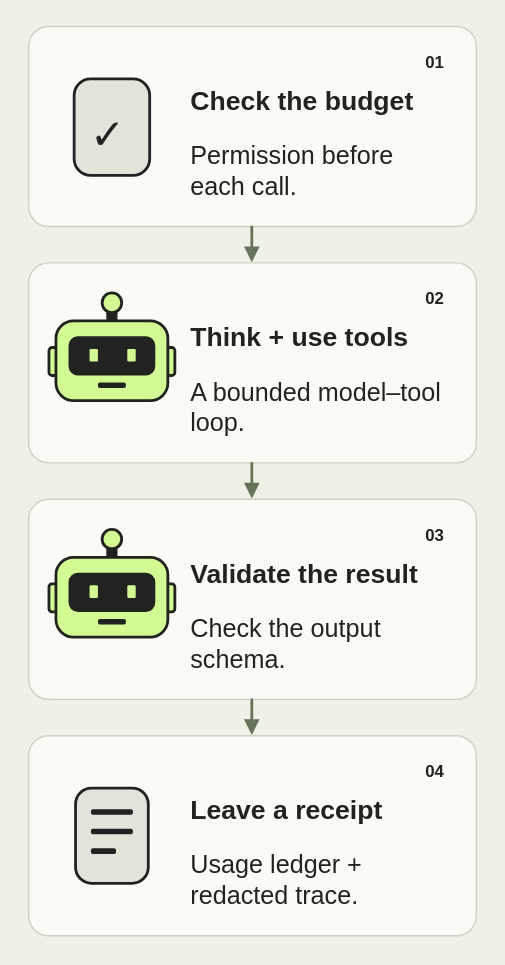
This is images/agents/runtime-mobile.svg from youngfreezy/youngfreezy.github.io, a draw.io export, as it was before one commit. Source tidied: cells renumbered, new cells last; positions are measured from the earlier drawing's top-left corner, leaving out a move shared by most shapes.
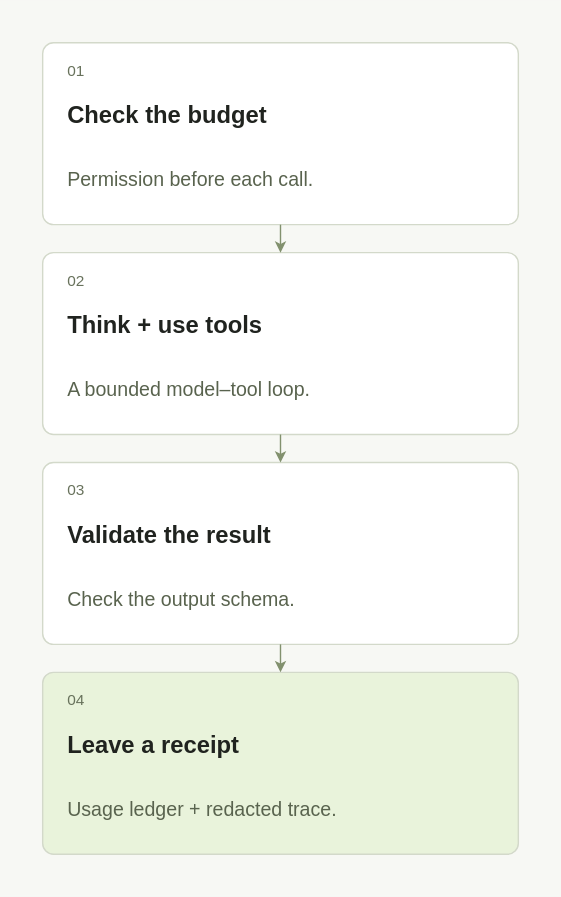
After the commit.

Diff of the diagram source:
```diff
@@ -1,138 +1,66 @@
-<mxGraphModel background="#eef1e6">
+<mxGraphModel background="#f7f8f4">
   <root>
     <mxCell id="0" />
     <mxCell id="1" parent="0" />
-    <mxCell id="2" style="fillColor=#eef1e6;strokeColor=none;html=1;fontFamily=Helvetica;fontColor=#20231f;" parent="1" vertex="1">
-      <mxGeometry width="360" height="688" as="geometry" />
-    </mxCell>
-    <mxCell id="3" style="rounded=1;arcSize=10;fillColor=#fafbf5;strokeColor=#cdd3c3;strokeWidth=1;html=1;fontFamily=Helvetica;fontColor=#20231f;" parent="1" vertex="1">
-      <mxGeometry x="20" y="18" width="320" height="143" as="geometry" />
-    </mxCell>
-    <mxCell id="4" style="rounded=1;arcSize=22;strokeWidth=2;strokeColor=#20231f;fillColor=#e1e5d9;html=1;fontFamily=Helvetica;fontColor=#20231f;" parent="3" vertex="1">
-      <mxGeometry x="33" y="38" width="54" height="69" as="geometry" />
-    </mxCell>
-    <mxCell id="5" value="✓" style="text;strokeColor=none;fillColor=none;fontSize=30;html=1;fontFamily=Helvetica;fontColor=#20231f;" parent="3" vertex="1">
-      <mxGeometry x="42" y="53" width="36" height="37" as="geometry" />
-    </mxCell>
+    <mxCell id="46" style="html=1;fontFamily=Helvetica;fillColor=#f7f8f4;strokeColor=none;" parent="1" vertex="1">
+      <mxGeometry width="400" height="640" as="geometry" />
+    </mxCell>
+    <mxCell id="47" style="html=1;fontFamily=Helvetica;rounded=1;arcSize=6;fillColor=#ffffff;strokeColor=#d3d9ca;" parent="46" vertex="1">
+      <mxGeometry x="30" y="30" width="340" height="130" as="geometry" />
+    </mxCell>
-    <mxCell id="6" value="01" style="text;strokeColor=none;fillColor=none;fontSize=12;fontStyle=1;html=1;fontFamily=Helvetica;fontColor=#20231f;" parent="3" vertex="1">
-      <mxGeometry x="282" y="12" width="24" height="22" as="geometry" />
+    <mxCell id="6" value="01" style="html=1;fontFamily=Helvetica;text;whiteSpace=wrap;align=left;verticalAlign=middle;fillColor=none;strokeColor=none;fontSize=11;fontColor=#68725c;" parent="47" vertex="1">
+      <mxGeometry x="16" y="12" width="308" height="16" as="geometry" />
     </mxCell>
-    <mxCell id="7" value="Check the budget" style="text;strokeColor=none;fillColor=none;fontSize=19;fontStyle=1;align=left;html=1;fontFamily=Helvetica;fontColor=#20231f;" parent="3" vertex="1">
-      <mxGeometry x="114" y="36" width="190" height="32" as="geometry" />
+    <mxCell id="7" value="Check the budget" style="html=1;fontFamily=Helvetica;text;whiteSpace=wrap;align=left;verticalAlign=middle;fillColor=none;strokeColor=none;fontSize=17;fontColor=#20231f;fontStyle=1;" parent="47" vertex="1">
+      <mxGeometry x="16" y="34" width="308" height="38" as="geometry" />
     </mxCell>
-    <mxCell id="8" value="Permission before each call." style="text;whiteSpace=wrap;strokeColor=none;fillColor=none;fontSize=18;align=left;html=1;fontFamily=Helvetica;fontColor=#20231f;" parent="3" vertex="1">
-      <mxGeometry x="114" y="76" width="184" height="48" as="geometry" />
+    <mxCell id="8" value="Permission before each call." style="html=1;fontFamily=Helvetica;text;whiteSpace=wrap;align=left;verticalAlign=middle;fillColor=none;strokeColor=none;fontSize=14;fontColor=#59634e;" parent="47" vertex="1">
+      <mxGeometry x="16" y="80" width="308" height="36" as="geometry" />
     </mxCell>
-    <mxCell id="9" style="rounded=1;arcSize=10;fillColor=#fafbf5;strokeColor=#cdd3c3;strokeWidth=1;html=1;fontFamily=Helvetica;fontColor=#20231f;" parent="1" vertex="1">
-      <mxGeometry x="20" y="187" width="320" height="143" as="geometry" />
-    </mxCell>
-    <mxCell id="10" style="rounded=1;arcSize=22;strokeWidth=2;strokeColor=#20231f;fillColor=#20231f;html=1;fontFamily=Helvetica;fontColor=#20231f;" parent="9" vertex="1">
-      <mxGeometry x="57" y="29" width="6" height="14" as="geometry" />
-    </mxCell>
-    <mxCell id="11" style="ellipse;fillColor=#d3f993;strokeColor=#20231f;strokeWidth=2;html=1;fontFamily=Helvetica;fontColor=#20231f;" parent="9" vertex="1">
-      <mxGeometry x="53" y="22" width="14" height="14" as="geometry" />
-    </mxCell>
-    <mxCell id="12" style="rounded=1;arcSize=22;strokeWidth=2;strokeColor=#20231f;fillColor=#d3f993;html=1;fontFamily=Helvetica;fontColor=#20231f;" parent="9" vertex="1">
-      <mxGeometry x="15" y="61" width="10" height="20" as="geometry" />
-    </mxCell>
-    <mxCell id="13" style="rounded=1;arcSize=22;strokeWidth=2;strokeColor=#20231f;fillColor=#d3f993;html=1;fontFamily=Helvetica;fontColor=#20231f;" parent="9" vertex="1">
-      <mxGeometry x="95" y="61" width="10" height="20" as="geometry" />
-    </mxCell>
-    <mxCell id="14" style="rounded=1;arcSize=22;strokeWidth=2;strokeColor=#20231f;fillColor=#d3f993;html=1;fontFamily=Helvetica;fontColor=#20231f;" parent="9" vertex="1">
-      <mxGeometry x="20" y="42" width="80" height="57" as="geometry" />
-    </mxCell>
-    <mxCell id="15" style="rounded=1;arcSize=22;strokeWidth=2;strokeColor=#20231f;fillColor=#20231f;html=1;fontFamily=Helvetica;fontColor=#20231f;" parent="9" vertex="1">
-      <mxGeometry x="30" y="54" width="60" height="26" as="geometry" />
-    </mxCell>
-    <mxCell id="16" style="rounded=1;fillColor=#d3f993;strokeColor=none;html=1;fontFamily=Helvetica;fontColor=#20231f;" parent="9" vertex="1">
-      <mxGeometry x="44" y="62" width="6" height="9" as="geometry" />
-    </mxCell>
-    <mxCell id="17" style="rounded=1;fillColor=#d3f993;strokeColor=none;html=1;fontFamily=Helvetica;fontColor=#20231f;" parent="9" vertex="1">
-      <mxGeometry x="71" y="62" width="6" height="9" as="geometry" />
-    </mxCell>
-    <mxCell id="18" style="rounded=1;arcSize=22;strokeWidth=2;strokeColor=#20231f;fillColor=#20231f;html=1;fontFamily=Helvetica;fontColor=#20231f;" parent="9" vertex="1">
-      <mxGeometry x="51" y="87" width="18" height="2" as="geometry" />
-    </mxCell>
+    <mxCell id="48" style="html=1;fontFamily=Helvetica;rounded=1;arcSize=6;fillColor=#ffffff;strokeColor=#d3d9ca;" parent="46" vertex="1">
+      <mxGeometry x="30" y="180" width="340" height="130" as="geometry" />
+    </mxCell>
-    <mxCell id="19" value="02" style="text;strokeColor=none;fillColor=none;fontSize=12;fontStyle=1;html=1;fontFamily=Helvetica;fontColor=#20231f;" parent="9" vertex="1">
-      <mxGeometry x="282" y="12" width="24" height="22" as="geometry" />
+    <mxCell id="19" value="02" style="html=1;fontFamily=Helvetica;text;whiteSpace=wrap;align=left;verticalAlign=middle;fillColor=none;strokeColor=none;fontSize=11;fontColor=#68725c;" parent="48" vertex="1">
+      <mxGeometry x="16" y="12" width="308" height="16" as="geometry" />
     </mxCell>
-    <mxCell id="20" value="Think + use tools" style="text;strokeColor=none;fillColor=none;fontSize=19;fontStyle=1;align=left;html=1;fontFamily=Helvetica;fontColor=#20231f;" parent="9" vertex="1">
-      <mxGeometry x="114" y="36" width="190" height="32" as="geometry" />
+    <mxCell id="20" value="Think + use tools" style="html=1;fontFamily=Helvetica;text;whiteSpace=wrap;align=left;verticalAlign=middle;fillColor=none;strokeColor=none;fontSize=17;fontColor=#20231f;fontStyle=1;" parent="48" vertex="1">
+      <mxGeometry x="16" y="34" width="308" height="38" as="geometry" />
     </mxCell>
-    <mxCell id="21" value="A bounded model–tool loop." style="text;whiteSpace=wrap;strokeColor=none;fillColor=none;fontSize=18;align=left;html=1;fontFamily=Helvetica;fontColor=#20231f;" parent="9" vertex="1">
-      <mxGeometry x="114" y="76" width="184" height="48" as="geometry" />
+    <mxCell id="21" value="A bounded model–tool loop." style="html=1;fontFamily=Helvetica;text;whiteSpace=wrap;align=left;verticalAlign=middle;fillColor=none;strokeColor=none;fontSize=14;fontColor=#59634e;" parent="48" vertex="1">
+      <mxGeometry x="16" y="80" width="308" height="36" as="geometry" />
     </mxCell>
-    <mxCell id="22" style="rounded=1;arcSize=10;fillColor=#fafbf5;strokeColor=#cdd3c3;strokeWidth=1;html=1;fontFamily=Helvetica;fontColor=#20231f;" parent="1" vertex="1">
-      <mxGeometry x="20" y="356" width="320" height="143" as="geometry" />
-    </mxCell>
-    <mxCell id="23" style="rounded=1;arcSize=22;strokeWidth=2;strokeColor=#20231f;fillColor=#20231f;html=1;fontFamily=Helvetica;fontColor=#20231f;" parent="22" vertex="1">
-      <mxGeometry x="57" y="29" width="6" height="14" as="geometry" />
-    </mxCell>
-    <mxCell id="24" style="ellipse;fillColor=#d3f993;strokeColor=#20231f;strokeWidth=2;html=1;fontFamily=Helvetica;fontColor=#20231f;" parent="22" vertex="1">
-      <mxGeometry x="53" y="22" width="14" height="14" as="geometry" />
-    </mxCell>
-    <mxCell id="25" style="rounded=1;arcSize=22;strokeWidth=2;strokeColor=#20231f;fillColor=#d3f993;html=1;fontFamily=Helvetica;fontColor=#20231f;" parent="22" vertex="1">
-      <mxGeometry x="15" y="61" width="10" height="20" as="geometry" />
-    </mxCell>
-    <mxCell id="26" style="rounded=1;arcSize=22;strokeWidth=2;strokeColor=#20231f;fillColor=#d3f993;html=1;fontFamily=Helvetica;fontColor=#20231f;" parent="22" vertex="1">
-      <mxGeometry x="95" y="61" width="10" height="20" as="geometry" />
-    </mxCell>
-    <mxCell id="27" style="rounded=1;arcSize=22;strokeWidth=2;strokeColor=#20231f;fillColor=#d3f993;html=1;fontFamily=Helvetica;fontColor=#20231f;" parent="22" vertex="1">
-      <mxGeometry x="20" y="42" width="80" height="57" as="geometry" />
-    </mxCell>
-    <mxCell id="28" style="rounded=1;arcSize=22;strokeWidth=2;strokeColor=#20231f;fillColor=#20231f;html=1;fontFamily=Helvetica;fontColor=#20231f;" parent="22" vertex="1">
-      <mxGeometry x="30" y="54" width="60" height="26" as="geometry" />
-    </mxCell>
-    <mxCell id="29" style="rounded=1;fillColor=#d3f993;strokeColor=none;html=1;fontFamily=Helvetica;fontColor=#20231f;" parent="22" vertex="1">
-      <mxGeometry x="44" y="62" width="6" height="9" as="geometry" />
-    </mxCell>
-    <mxCell id="30" style="rounded=1;fillColor=#d3f993;strokeColor=none;html=1;fontFamily=Helvetica;fontColor=#20231f;" parent="22" vertex="1">
-      <mxGeometry x="71" y="62" width="6" height="9" as="geometry" />
-    </mxCell>
-    <mxCell id="31" style="rounded=1;arcSize=22;strokeWidth=2;strokeColor=#20231f;fillColor=#20231f;html=1;fontFamily=Helvetica;fontColor=#20231f;" parent="22" vertex="1">
-      <mxGeometry x="51" y="87" width="18" height="2" as="geometry" />
-    </mxCell>
+    <mxCell id="49" style="edgeStyle=orthogonalEdgeStyle;rounded=1;jettySize=auto;strokeColor=#82916e;strokeWidth=1;endArrow=classic;endSize=5;exitX=.5;exitY=1;entryX=.5;entryY=0;" parent="46" edge="1" source="47" target="48">
+      <mxGeometry relative="1" as="geometry" />
+    </mxCell>
+    <mxCell id="50" style="html=1;fontFamily=Helvetica;rounded=1;arcSize=6;fillColor=#ffffff;strokeColor=#d3d9ca;" parent="46" vertex="1">
+      <mxGeometry x="30" y="330" width="340" height="130" as="geometry" />
+    </mxCell>
-    <mxCell id="32" value="03" style="text;strokeColor=none;fillColor=none;fontSize=12;fontStyle=1;html=1;fontFamily=Helvetica;fontColor=#20231f;" parent="22" vertex="1">
-      <mxGeometry x="282" y="12" width="24" height="22" as="geometry" />
+    <mxCell id="32" value="03" style="html=1;fontFamily=Helvetica;text;whiteSpace=wrap;align=left;verticalAlign=middle;fillColor=none;strokeColor=none;fontSize=11;fontColor=#68725c;" parent="50" vertex="1">
+      <mxGeometry x="16" y="12" width="308" height="16" as="geometry" />
     </mxCell>
-    <mxCell id="33" value="Validate the result" style="text;strokeColor=none;fillColor=none;fontSize=19;fontStyle=1;align=left;html=1;fontFamily=Helvetica;fontColor=#20231f;" parent="22" vertex="1">
-      <mxGeometry x="114" y="36" width="190" height="32" as="geometry" />
+    <mxCell id="33" value="Validate the result" style="html=1;fontFamily=Helvetica;text;whiteSpace=wrap;align=left;verticalAlign=middle;fillColor=none;strokeColor=none;fontSize=17;fontColor=#20231f;fontStyle=1;" parent="50" vertex="1">
+      <mxGeometry x="16" y="34" width="308" height="38" as="geometry" />
     </mxCell>
-    <mxCell id="34" value="Check the output schema." style="text;whiteSpace=wrap;strokeColor=none;fillColor=none;fontSize=18;align=left;html=1;fontFamily=Helvetica;fontColor=#20231f;" parent="22" vertex="1">
-      <mxGeometry x="114" y="76" width="184" height="48" as="geometry" />
+    <mxCell id="34" value="Check the output schema." style="html=1;fontFamily=Helvetica;text;whiteSpace=wrap;align=left;verticalAlign=middle;fillColor=none;strokeColor=none;fontSize=14;fontColor=#59634e;" parent="50" vertex="1">
+      <mxGeometry x="16" y="80" width="308" height="36" as="geometry" />
     </mxCell>
-    <mxCell id="35" style="rounded=1;arcSize=10;fillColor=#fafbf5;strokeColor=#cdd3c3;strokeWidth=1;html=1;fontFamily=Helvetica;fontColor=#20231f;" parent="1" vertex="1">
-      <mxGeometry x="20" y="525" width="320" height="143" as="geometry" />
-    </mxCell>
-    <mxCell id="36" style="rounded=1;arcSize=22;strokeWidth=2;strokeColor=#20231f;fillColor=#e1e5d9;html=1;fontFamily=Helvetica;fontColor=#20231f;" parent="35" vertex="1">
-      <mxGeometry x="34" y="38" width="52" height="68" as="geometry" />
-    </mxCell>
-    <mxCell id="37" style="rounded=1;arcSize=22;strokeWidth=2;strokeColor=#20231f;fillColor=#20231f;html=1;fontFamily=Helvetica;fontColor=#20231f;" parent="35" vertex="1">
-      <mxGeometry x="46" y="54" width="28" height="2" as="geometry" />
-    </mxCell>
-    <mxCell id="38" style="rounded=1;arcSize=22;strokeWidth=2;strokeColor=#20231f;fillColor=#20231f;html=1;fontFamily=Helvetica;fontColor=#20231f;" parent="35" vertex="1">
-      <mxGeometry x="46" y="68" width="28" height="2" as="geometry" />
-    </mxCell>
-    <mxCell id="39" style="rounded=1;arcSize=22;strokeWidth=2;strokeColor=#20231f;fillColor=#20231f;html=1;fontFamily=Helvetica;fontColor=#20231f;" parent="35" vertex="1">
-      <mxGeometry x="46" y="82" width="16" height="2" as="geometry" />
-    </mxCell>
+    <mxCell id="51" style="edgeStyle=orthogonalEdgeStyle;rounded=1;jettySize=auto;strokeColor=#82916e;strokeWidth=1;endArrow=classic;endSize=5;exitX=.5;exitY=1;entryX=.5;entryY=0;" parent="46" edge="1" source="48" target="50">
+      <mxGeometry relative="1" as="geometry" />
+    </mxCell>
+    <mxCell id="52" style="html=1;fontFamily=Helvetica;rounded=1;arcSize=6;fillColor=#e9f3db;strokeColor=#d3d9ca;" parent="46" vertex="1">
+      <mxGeometry x="30" y="480" width="340" height="130" as="geometry" />
+    </mxCell>
-    <mxCell id="40" value="04" style="text;strokeColor=none;fillColor=none;fontSize=12;fontStyle=1;html=1;fontFamily=Helvetica;fontColor=#20231f;" parent="35" vertex="1">
-      <mxGeometry x="282" y="12" width="24" height="22" as="geometry" />
+    <mxCell id="40" value="04" style="html=1;fontFamily=Helvetica;text;whiteSpace=wrap;align=left;verticalAlign=middle;fillColor=none;strokeColor=none;fontSize=11;fontColor=#68725c;" parent="52" vertex="1">
+      <mxGeometry x="16" y="12" width="308" height="16" as="geometry" />
     </mxCell>
-    <mxCell id="41" value="Leave a receipt" style="text;strokeColor=none;fillColor=none;fontSize=19;fontStyle=1;align=left;html=1;fontFamily=Helvetica;fontColor=#20231f;" parent="35" vertex="1">
-      <mxGeometry x="114" y="36" width="190" height="32" as="geometry" />
+    <mxCell id="41" value="Leave a receipt" style="html=1;fontFamily=Helvetica;text;whiteSpace=wrap;align=left;verticalAlign=middle;fillColor=none;strokeColor=none;fontSize=17;fontColor=#20231f;fontStyle=1;" parent="52" vertex="1">
+      <mxGeometry x="16" y="34" width="308" height="38" as="geometry" />
     </mxCell>
-    <mxCell id="42" value="Usage ledger + redacted trace." style="text;whiteSpace=wrap;strokeColor=none;fillColor=none;fontSize=18;align=left;html=1;fontFamily=Helvetica;fontColor=#20231f;" parent="35" vertex="1">
-      <mxGeometry x="114" y="76" width="184" height="48" as="geometry" />
+    <mxCell id="42" value="Usage ledger + redacted trace." style="html=1;fontFamily=Helvetica;text;whiteSpace=wrap;align=left;verticalAlign=middle;fillColor=none;strokeColor=none;fontSize=14;fontColor=#59634e;" parent="52" vertex="1">
+      <mxGeometry x="16" y="80" width="308" height="36" as="geometry" />
     </mxCell>
-    <mxCell id="43" style="edgeStyle=orthogonalEdgeStyle;rounded=1;jettySize=auto;strokeColor=#66735b;strokeWidth=2;endArrow=block;endFill=1;exitX=0.5;exitY=1;entryX=0.5;entryY=0;" parent="1" edge="1" source="3" target="9">
-      <mxGeometry relative="1" as="geometry" />
-    </mxCell>
-    <mxCell id="44" style="edgeStyle=orthogonalEdgeStyle;rounded=1;jettySize=auto;strokeColor=#66735b;strokeWidth=2;endArrow=block;endFill=1;exitX=0.5;exitY=1;entryX=0.5;entryY=0;" parent="1" edge="1" source="9" target="22">
-      <mxGeometry relative="1" as="geometry" />
-    </mxCell>
-    <mxCell id="45" style="edgeStyle=orthogonalEdgeStyle;rounded=1;jettySize=auto;strokeColor=#66735b;strokeWidth=2;endArrow=block;endFill=1;exitX=0.5;exitY=1;entryX=0.5;entryY=0;" parent="1" edge="1" source="22" target="35">
-      <mxGeometry relative="1" as="geometry" />
-    </mxCell>
+    <mxCell id="53" style="edgeStyle=orthogonalEdgeStyle;rounded=1;jettySize=auto;strokeColor=#82916e;strokeWidth=1;endArrow=classic;endSize=5;exitX=.5;exitY=1;entryX=.5;entryY=0;" parent="46" edge="1" source="50" target="52">
+      <mxGeometry relative="1" as="geometry" />
+    </mxCell>
   </root>
 </mxGraphModel>
```
